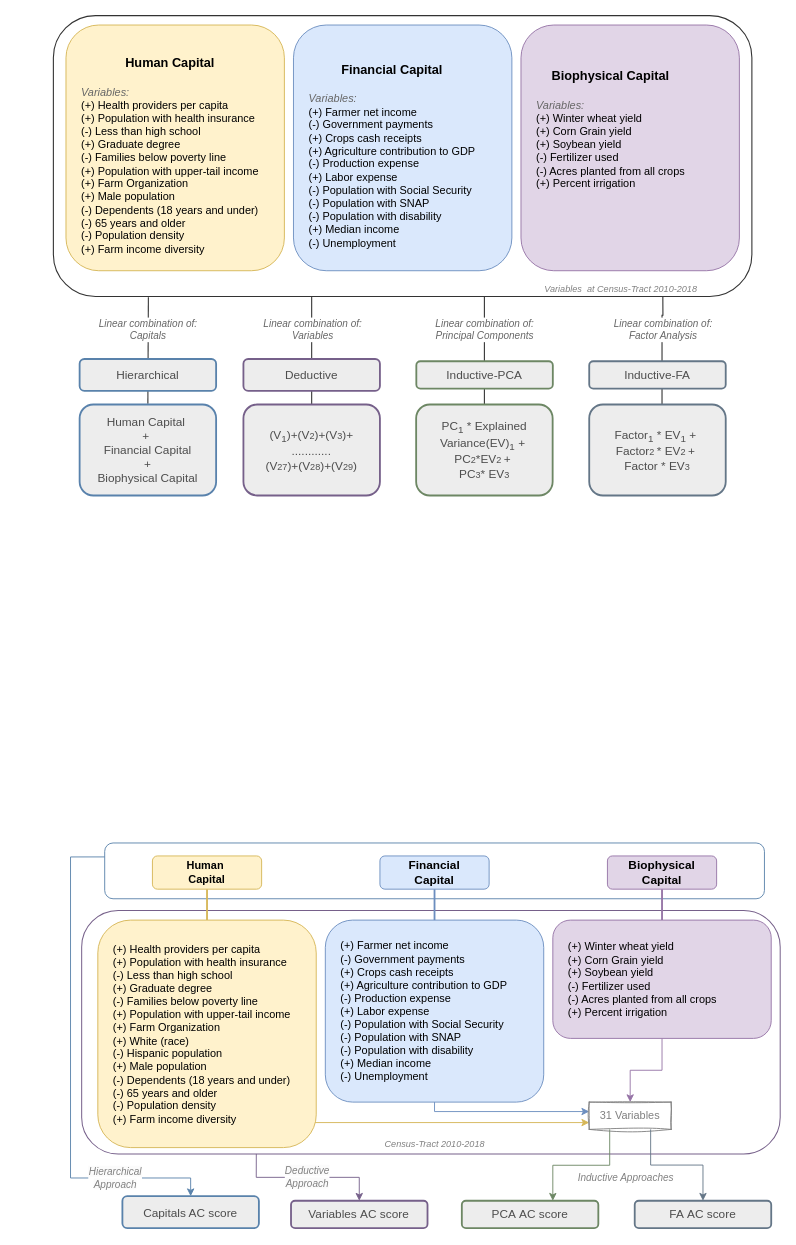
dealchre/gradDrawio keeps this draw.io diagram as ACIndicatorSelectionFrameworkSummer2024.drawio. Above is the earlier version. Source tidied: cells renumbered, new cells numbered last; positions are measured from the earlier drawing's top-left corner, leaving out a move shared by most shapes. Both pictures are drawn from the tidied source at 91%, with x=0, y=0 at pixel (53, -194).
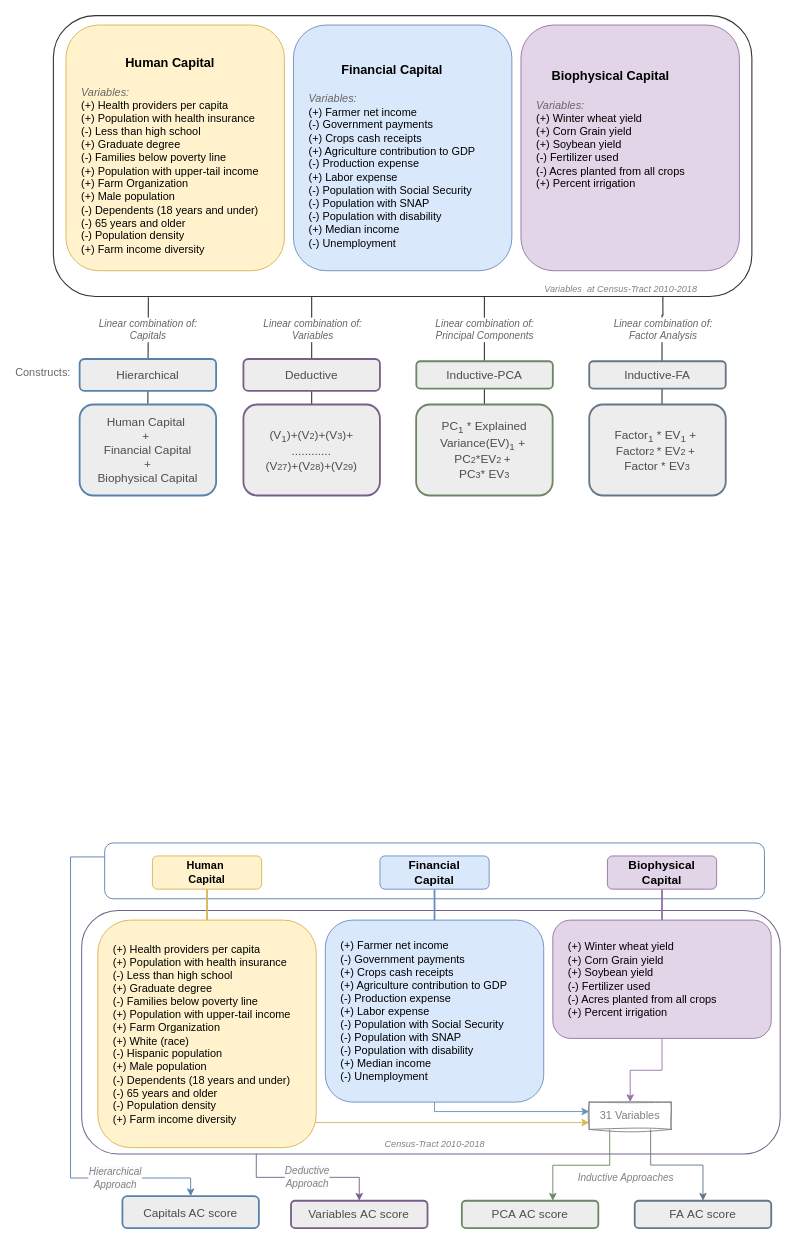
The same diagram, later.

Change to the diagram source:
```diff
@@
+    <mxCell id="51" value="&lt;font style=&quot;color: rgb(102, 102, 102);&quot;&gt;Constructs:&lt;/font&gt;" style="text;html=1;whiteSpace=wrap;strokeColor=none;fillColor=none;align=center;verticalAlign=middle;rounded=0;" parent="1" vertex="1">
+      <mxGeometry x="-41" y="607" width="60" height="30" as="geometry" />
+    </mxCell>
```
